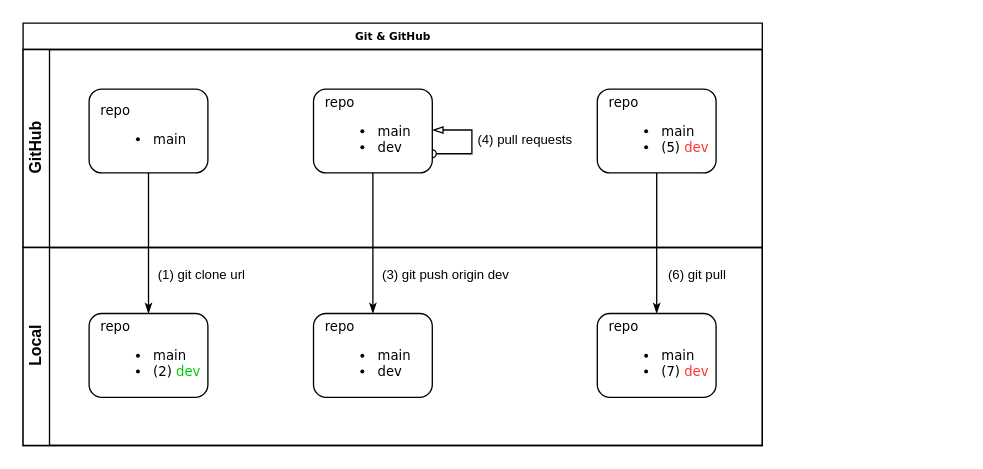
This is Flujo individual GitGitHub.drawio from dannylarrea/draw.io, a draw.io file, before an edit. Source tidied: cells renumbered, new cells numbered last; positions are measured from the earlier drawing's top-left corner, leaving out a move shared by most shapes. Both pictures are drawn from the tidied source at 132%, with x=0, y=0 at pixel (22, 22).
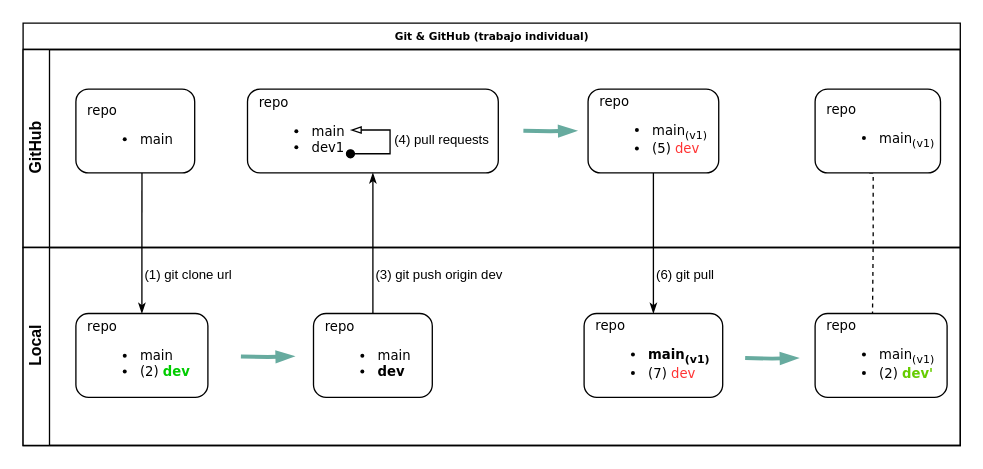
After the change.

The edit, as a diff of the source:
```diff
@@
-    <mxCell id="2" value="Git &amp;amp; GitHub" style="swimlane;html=1;horizontal=1;startSize=20;rounded=0;shadow=0;labelBackgroundColor=none;strokeWidth=1;fontFamily=Verdana;fontSize=8;align=center;" parent="1" vertex="1">
-      <mxGeometry width="560" height="320" as="geometry" />
+    <mxCell id="2" value="Git &amp;amp; GitHub (trabajo individual)" style="swimlane;html=1;horizontal=1;startSize=20;rounded=0;shadow=0;labelBackgroundColor=none;strokeWidth=1;fontFamily=Verdana;fontSize=8;align=center;" parent="1" vertex="1">
+      <mxGeometry width="710" height="320" as="geometry" />
     </mxCell>
-    <mxCell id="3" style="edgeStyle=orthogonalEdgeStyle;rounded=0;html=1;labelBackgroundColor=none;startArrow=none;startFill=0;startSize=5;endArrow=classicThin;endFill=1;endSize=5;jettySize=auto;strokeWidth=1;fontFamily=Verdana;fontSize=8;entryX=0.5;entryY=0;entryDx=0;entryDy=0;" parent="2" edge="1" source="6" target="9">
+    <mxCell id="3" style="edgeStyle=orthogonalEdgeStyle;rounded=0;html=1;labelBackgroundColor=none;startArrow=none;startFill=0;startSize=5;endArrow=classicThin;endFill=1;endSize=5;jettySize=auto;strokeWidth=1;fontFamily=Verdana;fontSize=8;entryX=0.5;entryY=0;entryDx=0;entryDy=0;exitX=0.556;exitY=0.945;exitDx=0;exitDy=0;exitPerimeter=0;" parent="2" edge="1" source="6" target="9">
       <mxGeometry relative="1" as="geometry" />
     </mxCell>
     <mxCell id="4" value="GitHub" style="swimlane;html=1;startSize=20;horizontal=0;" parent="2" vertex="1">
-      <mxGeometry y="20" width="560" height="150" as="geometry" />
+      <mxGeometry y="20" width="710" height="150" as="geometry" />
     </mxCell>
+    <mxCell id="15" value="repo&lt;br&gt;&lt;ul&gt;&lt;li&gt;main&lt;/li&gt;&lt;li&gt;dev1&lt;/li&gt;&lt;/ul&gt;" style="rounded=1;whiteSpace=wrap;html=1;shadow=0;labelBackgroundColor=none;strokeWidth=1;fontFamily=Verdana;fontSize=10;align=left;spacingLeft=7;" parent="4" vertex="1">
+      <mxGeometry x="170" y="30" width="190" height="63.5" as="geometry" />
+    </mxCell>
+    <mxCell id="6" value="repo&lt;br style=&quot;font-size: 10px&quot;&gt;&lt;ul style=&quot;font-size: 10px&quot;&gt;&lt;li style=&quot;font-size: 10px&quot;&gt;&lt;span style=&quot;font-size: 10px&quot;&gt;main&lt;/span&gt;&lt;/li&gt;&lt;/ul&gt;" style="rounded=1;whiteSpace=wrap;html=1;shadow=0;labelBackgroundColor=none;strokeWidth=1;fontFamily=Verdana;fontSize=10;align=left;spacingLeft=7;" parent="4" vertex="1">
+      <mxGeometry x="40" y="30" width="90" height="63.5" as="geometry" />
+    </mxCell>
-    <mxCell id="5" style="endArrow=blockThin;html=1;rounded=0;fontSize=10;strokeWidth=1;endFill=0;startArrow=oval;startFill=0;" parent="4" edge="1">
+    <mxCell id="5" style="endArrow=blockThin;html=1;rounded=0;fontSize=10;strokeWidth=1;endFill=0;startArrow=oval;startFill=1;" parent="4" edge="1">
       <mxGeometry relative="1" as="geometry">
-        <mxPoint x="310" y="79" as="sourcePoint" />
-        <mxPoint x="310" y="61" as="targetPoint" />
+        <mxPoint x="248" y="79" as="sourcePoint" />
+        <mxPoint x="248" y="61" as="targetPoint" />
         <Array as="points">
-          <mxPoint x="340" y="79" />
-          <mxPoint x="340" y="61" />
+          <mxPoint x="278" y="79" />
+          <mxPoint x="278" y="61" />
         </Array>
       </mxGeometry>
     </mxCell>
-    <mxCell id="6" value="repo&lt;br style=&quot;font-size: 10px;&quot;&gt;&lt;ul style=&quot;font-size: 10px;&quot;&gt;&lt;li style=&quot;font-size: 10px;&quot;&gt;&lt;span style=&quot;font-size: 10px;&quot;&gt;main&lt;/span&gt;&lt;/li&gt;&lt;/ul&gt;" style="rounded=1;whiteSpace=wrap;html=1;shadow=0;labelBackgroundColor=none;strokeWidth=1;fontFamily=Verdana;fontSize=10;align=left;spacingLeft=7;" parent="4" vertex="1">
-      <mxGeometry x="50" y="30" width="90" height="63.5" as="geometry" />
-    </mxCell>
     <mxCell id="7" value="(4) pull requests" style="text;html=1;align=center;verticalAlign=middle;strokeColor=none;fillColor=none;fontSize=10;" parent="4" vertex="1">
-      <mxGeometry x="335" y="58" width="90" height="20" as="geometry" />
+      <mxGeometry x="272" y="58" width="90" height="20" as="geometry" />
     </mxCell>
+    <mxCell id="19" style="edgeStyle=orthogonalEdgeStyle;rounded=0;orthogonalLoop=1;jettySize=auto;html=1;fontColor=#66CC00;startArrow=none;startFill=0;endArrow=blockThin;endFill=1;startSize=2;endSize=6;strokeColor=#67AB9F;strokeWidth=3;" parent="4" edge="1">
+      <mxGeometry relative="1" as="geometry">
+        <mxPoint x="379" y="61.5" as="sourcePoint" />
+        <mxPoint x="419" y="61.5" as="targetPoint" />
+      </mxGeometry>
+    </mxCell>
     <mxCell id="8" value="Local" style="swimlane;html=1;startSize=20;horizontal=0;" parent="2" vertex="1">
-      <mxGeometry y="170" width="560" height="150" as="geometry" />
+      <mxGeometry y="170" width="710" height="150" as="geometry" />
     </mxCell>
-    <mxCell id="9" value="repo&lt;br style=&quot;font-size: 10px&quot;&gt;&lt;ul style=&quot;font-size: 10px&quot;&gt;&lt;li style=&quot;font-size: 10px&quot;&gt;&lt;span style=&quot;font-size: 10px&quot;&gt;main&lt;/span&gt;&lt;/li&gt;&lt;li style=&quot;font-size: 10px&quot;&gt;&lt;span style=&quot;font-size: 10px&quot;&gt;(2) &lt;font color=&quot;#00cc00&quot;&gt;dev&lt;/font&gt;&lt;/span&gt;&lt;/li&gt;&lt;/ul&gt;" style="rounded=1;whiteSpace=wrap;html=1;shadow=0;labelBackgroundColor=none;strokeWidth=1;fontFamily=Verdana;fontSize=10;align=left;spacingLeft=7;" parent="8" vertex="1">
-      <mxGeometry x="50" y="50" width="90" height="63.5" as="geometry" />
+    <mxCell id="9" value="repo&lt;br style=&quot;font-size: 10px&quot;&gt;&lt;ul style=&quot;font-size: 10px&quot;&gt;&lt;li style=&quot;font-size: 10px&quot;&gt;&lt;span style=&quot;font-size: 10px&quot;&gt;main&lt;/span&gt;&lt;/li&gt;&lt;li style=&quot;font-size: 10px&quot;&gt;&lt;span style=&quot;font-size: 10px&quot;&gt;(2) &lt;font color=&quot;#00cc00&quot; style=&quot;font-weight: bold&quot;&gt;dev&lt;/font&gt;&lt;/span&gt;&lt;/li&gt;&lt;/ul&gt;" style="rounded=1;whiteSpace=wrap;html=1;shadow=0;labelBackgroundColor=none;strokeWidth=1;fontFamily=Verdana;fontSize=10;align=left;spacingLeft=7;" parent="8" vertex="1">
+      <mxGeometry x="40" y="50" width="100" height="63.5" as="geometry" />
     </mxCell>
     <mxCell id="10" value="&lt;font style=&quot;font-size: 10px&quot;&gt;(1) git clone url&lt;/font&gt;" style="text;html=1;align=center;verticalAlign=middle;strokeColor=none;fillColor=none;" parent="8" vertex="1">
-      <mxGeometry x="95" y="10" width="80" height="20" as="geometry" />
+      <mxGeometry x="85" y="10" width="80" height="20" as="geometry" />
     </mxCell>
     <mxCell id="11" value="&lt;font style=&quot;font-size: 10px&quot;&gt;(3) git push origin dev&lt;/font&gt;" style="text;html=1;align=center;verticalAlign=middle;strokeColor=none;fillColor=none;" parent="8" vertex="1">
-      <mxGeometry x="265" y="10" width="110" height="20" as="geometry" />
+      <mxGeometry x="260" y="10" width="110" height="20" as="geometry" />
     </mxCell>
     <mxCell id="12" value="&lt;font style=&quot;font-size: 10px&quot;&gt;(6) git pull&lt;/font&gt;" style="text;html=1;align=left;verticalAlign=middle;strokeColor=none;fillColor=none;" parent="8" vertex="1">
-      <mxGeometry x="487" y="10" width="60" height="20" as="geometry" />
+      <mxGeometry x="478" y="10" width="60" height="20" as="geometry" />
     </mxCell>
+    <mxCell id="20" style="edgeStyle=orthogonalEdgeStyle;rounded=0;orthogonalLoop=1;jettySize=auto;html=1;fontColor=#66CC00;startArrow=none;startFill=0;endArrow=blockThin;endFill=1;startSize=2;endSize=6;strokeColor=#67AB9F;strokeWidth=3;" parent="8" edge="1">
+      <mxGeometry relative="1" as="geometry">
+        <mxPoint x="165" y="82.5" as="sourcePoint" />
+        <mxPoint x="205" y="82.5" as="targetPoint" />
+      </mxGeometry>
+    </mxCell>
+    <mxCell id="21" style="edgeStyle=orthogonalEdgeStyle;rounded=0;orthogonalLoop=1;jettySize=auto;html=1;fontColor=#66CC00;startArrow=none;startFill=0;endArrow=blockThin;endFill=1;startSize=2;endSize=6;strokeColor=#67AB9F;strokeWidth=3;" parent="8" edge="1">
+      <mxGeometry relative="1" as="geometry">
+        <mxPoint x="547" y="83.7" as="sourcePoint" />
+        <mxPoint x="587" y="83.7" as="targetPoint" />
+      </mxGeometry>
+    </mxCell>
-    <mxCell id="13" style="edgeStyle=orthogonalEdgeStyle;rounded=0;html=1;labelBackgroundColor=none;startArrow=none;startFill=0;startSize=5;endArrow=classicThin;endFill=1;endSize=5;jettySize=auto;strokeWidth=1;fontFamily=Verdana;fontSize=8;entryX=0.5;entryY=0;entryDx=0;entryDy=0;" parent="1" edge="1" source="15" target="14">
+    <mxCell id="13" style="edgeStyle=orthogonalEdgeStyle;rounded=0;html=1;labelBackgroundColor=none;startArrow=classicThin;startFill=1;startSize=5;endArrow=none;endFill=0;endSize=5;jettySize=auto;strokeWidth=1;fontFamily=Verdana;fontSize=8;entryX=0.5;entryY=0;entryDx=0;entryDy=0;" parent="1" edge="1" source="15" target="14">
       <mxGeometry relative="1" as="geometry" />
     </mxCell>
-    <mxCell id="14" value="repo&lt;br style=&quot;font-size: 10px&quot;&gt;&lt;ul style=&quot;font-size: 10px&quot;&gt;&lt;li style=&quot;font-size: 10px&quot;&gt;&lt;span style=&quot;font-size: 10px&quot;&gt;main&lt;/span&gt;&lt;/li&gt;&lt;li style=&quot;font-size: 10px&quot;&gt;&lt;span style=&quot;font-size: 10px&quot;&gt;dev&lt;/span&gt;&lt;/li&gt;&lt;/ul&gt;" style="rounded=1;whiteSpace=wrap;html=1;shadow=0;labelBackgroundColor=none;strokeWidth=1;fontFamily=Verdana;fontSize=10;align=left;spacingLeft=7;" parent="1" vertex="1">
+    <mxCell id="14" value="repo&lt;br style=&quot;font-size: 10px&quot;&gt;&lt;ul style=&quot;font-size: 10px&quot;&gt;&lt;li style=&quot;font-size: 10px&quot;&gt;&lt;span style=&quot;font-size: 10px&quot;&gt;main&lt;/span&gt;&lt;/li&gt;&lt;li style=&quot;font-size: 10px&quot;&gt;&lt;span style=&quot;font-size: 10px&quot;&gt;&lt;b&gt;dev&lt;/b&gt;&lt;/span&gt;&lt;/li&gt;&lt;/ul&gt;" style="rounded=1;whiteSpace=wrap;html=1;shadow=0;labelBackgroundColor=none;strokeWidth=1;fontFamily=Verdana;fontSize=10;align=left;spacingLeft=7;" parent="1" vertex="1">
       <mxGeometry x="220" y="220" width="90" height="63.5" as="geometry" />
     </mxCell>
-    <mxCell id="15" value="repo&lt;br&gt;&lt;ul&gt;&lt;li&gt;main&lt;/li&gt;&lt;li&gt;dev&lt;/li&gt;&lt;/ul&gt;" style="rounded=1;whiteSpace=wrap;html=1;shadow=0;labelBackgroundColor=none;strokeWidth=1;fontFamily=Verdana;fontSize=10;align=left;spacingLeft=7;" parent="1" vertex="1">
-      <mxGeometry x="220" y="50" width="90" height="63.5" as="geometry" />
-    </mxCell>
@@
-    <mxCell id="17" value="repo&lt;br style=&quot;font-size: 10px&quot;&gt;&lt;ul style=&quot;font-size: 10px&quot;&gt;&lt;li style=&quot;font-size: 10px&quot;&gt;&lt;span style=&quot;font-size: 10px&quot;&gt;main&lt;/span&gt;&lt;/li&gt;&lt;li&gt;(7)&lt;font color=&quot;#ff3333&quot;&gt;&amp;nbsp;dev&lt;/font&gt;&lt;/li&gt;&lt;/ul&gt;" style="rounded=1;whiteSpace=wrap;html=1;shadow=0;labelBackgroundColor=none;strokeWidth=1;fontFamily=Verdana;fontSize=10;align=left;spacingLeft=7;" parent="1" vertex="1">
-      <mxGeometry x="435" y="220" width="90" height="63.5" as="geometry" />
+    <mxCell id="17" value="repo&lt;br style=&quot;font-size: 10px&quot;&gt;&lt;ul style=&quot;font-size: 10px&quot;&gt;&lt;li style=&quot;font-size: 10px&quot;&gt;&lt;span style=&quot;font-size: 10px&quot;&gt;&lt;b&gt;main&lt;sub&gt;(v1)&lt;/sub&gt;&lt;/b&gt;&lt;/span&gt;&lt;/li&gt;&lt;li&gt;(7)&lt;font color=&quot;#ff3333&quot;&gt;&amp;nbsp;dev&lt;/font&gt;&lt;/li&gt;&lt;/ul&gt;" style="rounded=1;whiteSpace=wrap;html=1;shadow=0;labelBackgroundColor=none;strokeWidth=1;fontFamily=Verdana;fontSize=10;align=left;spacingLeft=7;" parent="1" vertex="1">
+      <mxGeometry x="425" y="220" width="105" height="63.5" as="geometry" />
     </mxCell>
-    <mxCell id="18" value="repo&lt;br&gt;&lt;ul&gt;&lt;li&gt;main&lt;/li&gt;&lt;li&gt;(5)&lt;font color=&quot;#ff3333&quot;&gt; dev&lt;/font&gt;&lt;/li&gt;&lt;/ul&gt;" style="rounded=1;whiteSpace=wrap;html=1;shadow=0;labelBackgroundColor=none;strokeWidth=1;fontFamily=Verdana;fontSize=10;align=left;spacingLeft=7;" parent="1" vertex="1">
-      <mxGeometry x="435" y="50" width="90" height="63.5" as="geometry" />
+    <mxCell id="18" value="repo&lt;br&gt;&lt;ul&gt;&lt;li&gt;main&lt;sub&gt;(v1)&lt;/sub&gt;&lt;/li&gt;&lt;li&gt;(5)&lt;font color=&quot;#ff3333&quot;&gt; dev&lt;/font&gt;&lt;/li&gt;&lt;/ul&gt;" style="rounded=1;whiteSpace=wrap;html=1;shadow=0;labelBackgroundColor=none;strokeWidth=1;fontFamily=Verdana;fontSize=10;align=left;spacingLeft=7;" parent="1" vertex="1">
+      <mxGeometry x="428" y="50" width="99" height="63.5" as="geometry" />
     </mxCell>
+    <mxCell id="22" style="edgeStyle=orthogonalEdgeStyle;rounded=0;html=1;labelBackgroundColor=none;startArrow=none;startFill=0;startSize=5;endArrow=none;endFill=0;endSize=5;jettySize=auto;orthogonalLoop=1;strokeWidth=1;fontFamily=Verdana;fontSize=8;entryX=0.5;entryY=0;entryDx=0;entryDy=0;dashed=1;" parent="1" edge="1">
+      <mxGeometry relative="1" as="geometry">
+        <mxPoint x="641" y="113.5" as="sourcePoint" />
+        <mxPoint x="643.5" y="220" as="targetPoint" />
+        <Array as="points">
+          <mxPoint x="644" y="114" />
+          <mxPoint x="644" y="167" />
+        </Array>
+      </mxGeometry>
+    </mxCell>
+    <mxCell id="23" value="repo&lt;br style=&quot;font-size: 10px&quot;&gt;&lt;ul style=&quot;font-size: 10px&quot;&gt;&lt;li style=&quot;font-size: 10px&quot;&gt;&lt;span style=&quot;font-size: 10px&quot;&gt;main&lt;sub&gt;(v1)&lt;/sub&gt;&lt;/span&gt;&lt;/li&gt;&lt;li&gt;(2)&lt;font color=&quot;#ff3333&quot;&gt;&amp;nbsp;&lt;/font&gt;&lt;b&gt;&lt;font color=&quot;#66cc00&quot;&gt;dev'&lt;/font&gt;&lt;/b&gt;&lt;/li&gt;&lt;/ul&gt;" style="rounded=1;whiteSpace=wrap;html=1;shadow=0;labelBackgroundColor=none;strokeWidth=1;fontFamily=Verdana;fontSize=10;align=left;spacingLeft=7;" parent="1" vertex="1">
+      <mxGeometry x="600" y="220" width="100" height="63.5" as="geometry" />
+    </mxCell>
+    <mxCell id="24" value="repo&lt;br&gt;&lt;ul&gt;&lt;li&gt;main&lt;sub&gt;(v1)&lt;/sub&gt;&lt;/li&gt;&lt;/ul&gt;" style="rounded=1;whiteSpace=wrap;html=1;shadow=0;labelBackgroundColor=none;strokeWidth=1;fontFamily=Verdana;fontSize=10;align=left;spacingLeft=7;" parent="1" vertex="1">
+      <mxGeometry x="600" y="50" width="95" height="63.5" as="geometry" />
+    </mxCell>
```
